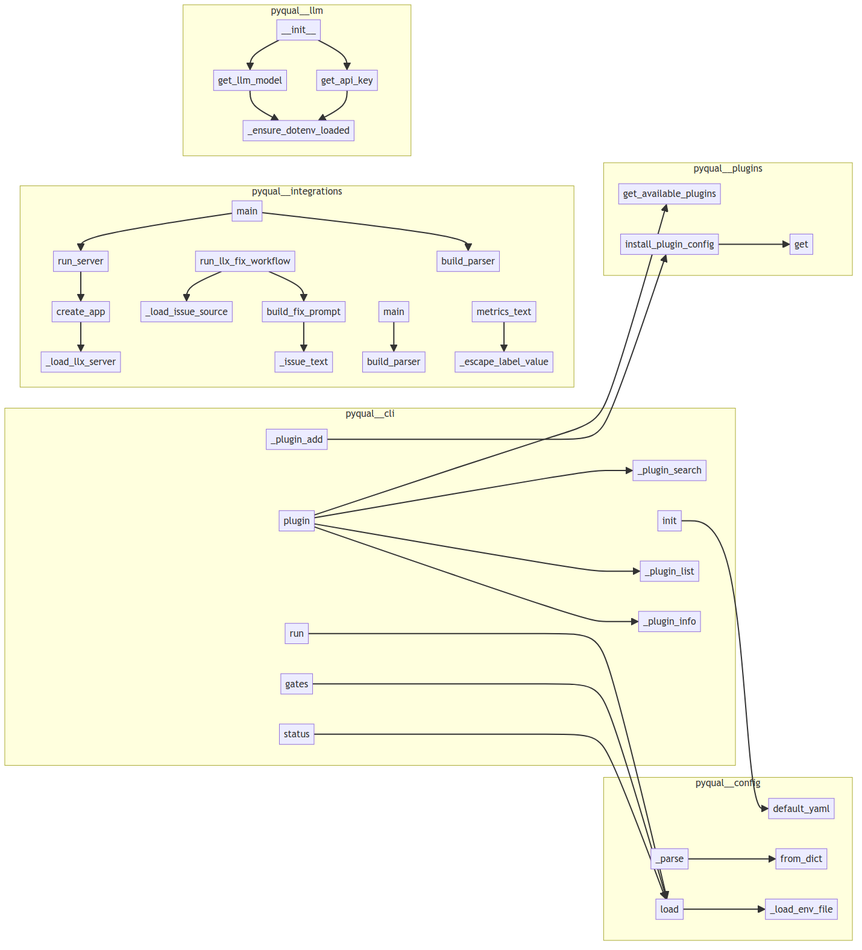
The Mermaid diagram project/calls.png in semcod/pyqual, before a commit. Its source is kept beside it as project/calls.mmd.
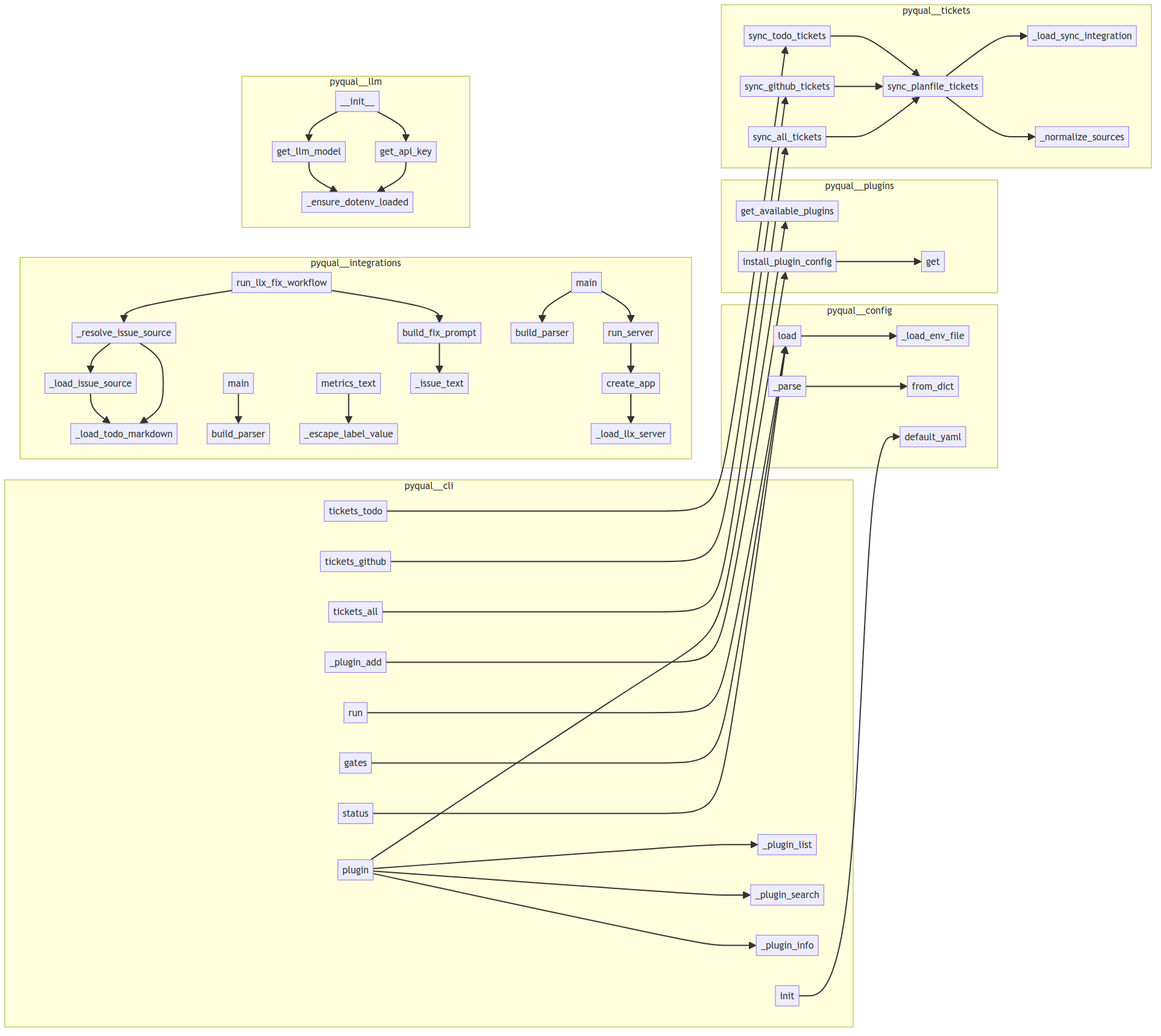
Above is the later version.

What changed in the source:
```diff
@@ -1,66 +1,90 @@
 flowchart LR
     subgraph pyqual__cli
+        pyqual__cli___plugin_list["_plugin_list"]
         pyqual__cli__status["status"]
+        pyqual__cli__tickets_github["tickets_github"]
+        pyqual__cli__tickets_todo["tickets_todo"]
+        pyqual__cli__plugin["plugin"]
+        pyqual__cli___plugin_search["_plugin_search"]
+        pyqual__cli___plugin_add["_plugin_add"]
+        pyqual__cli__tickets_all["tickets_all"]
+        pyqual__cli___plugin_info["_plugin_info"]
+        pyqual__cli__init["init"]
+        pyqual__cli__run["run"]
         pyqual__cli__gates["gates"]
-        pyqual__cli___plugin_search["_plugin_search"]
-        pyqual__cli__init["init"]
-        pyqual__cli___plugin_list["_plugin_list"]
-        pyqual__cli___plugin_info["_plugin_info"]
-        pyqual__cli__run["run"]
-        pyqual__cli___plugin_add["_plugin_add"]
-        pyqual__cli__plugin["plugin"]
     end
     subgraph pyqual__config
+        pyqual__config__PyqualConfig___parse["_parse"]
+        pyqual__config__PyqualConfig__load["load"]
+        pyqual__config___load_env_file["_load_env_file"]
+        pyqual__config__GateConfig__from_dict["from_dict"]
         pyqual__config__PyqualConfig__default_yaml["default_yaml"]
-        pyqual__config__PyqualConfig__load["load"]
-        pyqual__config__GateConfig__from_dict["from_dict"]
-        pyqual__config__PyqualConfig___parse["_parse"]
-        pyqual__config___load_env_file["_load_env_file"]
     end
     subgraph pyqual__integrations
+        pyqual__integrations__llx_mcp_service__run_server["run_server"]
+        pyqual__integrations__llx_mcp__build_fix_prompt["build_fix_prompt"]
+        pyqual__integrations__llx_mcp__run_llx_fix_workflow["run_llx_fix_workflow"]
+        pyqual__integrations__llx_mcp_service___escape_label_value["_escape_label_value"]
+        pyqual__integrations__llx_mcp___load_todo_markdown["_load_todo_markdown"]
+        pyqual__integrations__llx_mcp_service__build_parser["build_parser"]
+        pyqual__integrations__llx_mcp__build_parser["build_parser"]
+        pyqual__integrations__llx_mcp___load_issue_source["_load_issue_source"]
+        pyqual__integrations__llx_mcp__main["main"]
+        pyqual__integrations__llx_mcp___issue_text["_issue_text"]
         pyqual__integrations__llx_mcp_service___load_llx_server["_load_llx_server"]
-        pyqual__integrations__llx_mcp_service__build_parser["build_parser"]
-        pyqual__integrations__llx_mcp__run_llx_fix_workflow["run_llx_fix_workflow"]
-        pyqual__integrations__llx_mcp__main["main"]
-        pyqual__integrations__llx_mcp_service___escape_label_value["_escape_label_value"]
-        pyqual__integrations__llx_mcp___issue_text["_issue_text"]
         pyqual__integrations__llx_mcp_service__main["main"]
-        pyqual__integrations__llx_mcp_service__run_server["run_server"]
+        pyqual__integrations__llx_mcp___resolve_issue_source["_resolve_issue_source"]
         pyqual__integrations__llx_mcp_service__McpServiceState__metrics_text["metrics_text"]
         pyqual__integrations__llx_mcp_service__create_app["create_app"]
-        pyqual__integrations__llx_mcp__build_fix_prompt["build_fix_prompt"]
-        pyqual__integrations__llx_mcp__build_parser["build_parser"]
-        pyqual__integrations__llx_mcp___load_issue_source["_load_issue_source"]
     end
     subgraph pyqual__llm
+        pyqual__llm__get_api_key["get_api_key"]
         pyqual__llm__get_llm_model["get_llm_model"]
-        pyqual__llm__get_api_key["get_api_key"]
         pyqual__llm___ensure_dotenv_loaded["_ensure_dotenv_loaded"]
         pyqual__llm__LLM____init__["__init__"]
     end
     subgraph pyqual__plugins
-        pyqual__plugins__PluginRegistry__get["get"]
         pyqual__plugins__get_available_plugins["get_available_plugins"]
         pyqual__plugins__install_plugin_config["install_plugin_config"]
+        pyqual__plugins__PluginRegistry__get["get"]
     end
-    pyqual__config__PyqualConfig__load --> pyqual__config___load_env_file
-    pyqual__config__PyqualConfig___parse --> pyqual__config__GateConfig__from_dict
-    pyqual__llm__get_llm_model --> pyqual__llm___ensure_dotenv_loaded
-    pyqual__llm__get_api_key --> pyqual__llm___ensure_dotenv_loaded
-    pyqual__llm__LLM____init__ --> pyqual__llm__get_llm_model
-    pyqual__llm__LLM____init__ --> pyqual__llm__get_api_key
+    subgraph pyqual__tickets
+        pyqual__tickets__sync_todo_tickets["sync_todo_tickets"]
+        pyqual__tickets___load_sync_integration["_load_sync_integration"]
+        pyqual__tickets__sync_all_tickets["sync_all_tickets"]
+        pyqual__tickets__sync_planfile_tickets["sync_planfile_tickets"]
+        pyqual__tickets___normalize_sources["_normalize_sources"]
+        pyqual__tickets__sync_github_tickets["sync_github_tickets"]
+    end
     pyqual__cli__init --> pyqual__config__PyqualConfig__default_yaml
     pyqual__cli__run --> pyqual__config__PyqualConfig__load
     pyqual__cli__gates --> pyqual__config__PyqualConfig__load
     pyqual__cli__status --> pyqual__config__PyqualConfig__load
+    pyqual__cli__tickets_todo --> pyqual__tickets__sync_todo_tickets
+    pyqual__cli__tickets_github --> pyqual__tickets__sync_github_tickets
+    pyqual__cli__tickets_all --> pyqual__tickets__sync_all_tickets
     pyqual__cli___plugin_add --> pyqual__plugins__install_plugin_config
     pyqual__cli__plugin --> pyqual__plugins__get_available_plugins
     pyqual__cli__plugin --> pyqual__cli___plugin_list
     pyqual__cli__plugin --> pyqual__cli___plugin_search
     pyqual__cli__plugin --> pyqual__cli___plugin_info
+    pyqual__llm__get_llm_model --> pyqual__llm___ensure_dotenv_loaded
+    pyqual__llm__get_api_key --> pyqual__llm___ensure_dotenv_loaded
+    pyqual__llm__LLM____init__ --> pyqual__llm__get_llm_model
+    pyqual__llm__LLM____init__ --> pyqual__llm__get_api_key
+    pyqual__config__PyqualConfig__load --> pyqual__config___load_env_file
+    pyqual__config__PyqualConfig___parse --> pyqual__config__GateConfig__from_dict
+    pyqual__tickets__sync_planfile_tickets --> pyqual__tickets___load_sync_integration
+    pyqual__tickets__sync_planfile_tickets --> pyqual__tickets___normalize_sources
+    pyqual__tickets__sync_todo_tickets --> pyqual__tickets__sync_planfile_tickets
+    pyqual__tickets__sync_github_tickets --> pyqual__tickets__sync_planfile_tickets
+    pyqual__tickets__sync_all_tickets --> pyqual__tickets__sync_planfile_tickets
     pyqual__plugins__install_plugin_config --> pyqual__plugins__PluginRegistry__get
+    pyqual__integrations__llx_mcp___load_issue_source --> pyqual__integrations__llx_mcp___load_todo_markdown
     pyqual__integrations__llx_mcp__build_fix_prompt --> pyqual__integrations__llx_mcp___issue_text
-    pyqual__integrations__llx_mcp__run_llx_fix_workflow --> pyqual__integrations__llx_mcp___load_issue_source
+    pyqual__integrations__llx_mcp___resolve_issue_source --> pyqual__integrations__llx_mcp___load_issue_source
+    pyqual__integrations__llx_mcp___resolve_issue_source --> pyqual__integrations__llx_mcp___load_todo_markdown
+    pyqual__integrations__llx_mcp__run_llx_fix_workflow --> pyqual__integrations__llx_mcp___resolve_issue_source
     pyqual__integrations__llx_mcp__run_llx_fix_workflow --> pyqual__integrations__llx_mcp__build_fix_prompt
     pyqual__integrations__llx_mcp__main --> pyqual__integrations__llx_mcp__build_parser
     pyqual__integrations__llx_mcp_service__McpServiceState__metrics_text --> pyqual__integrations__llx_mcp_service___escape_label_value
```
